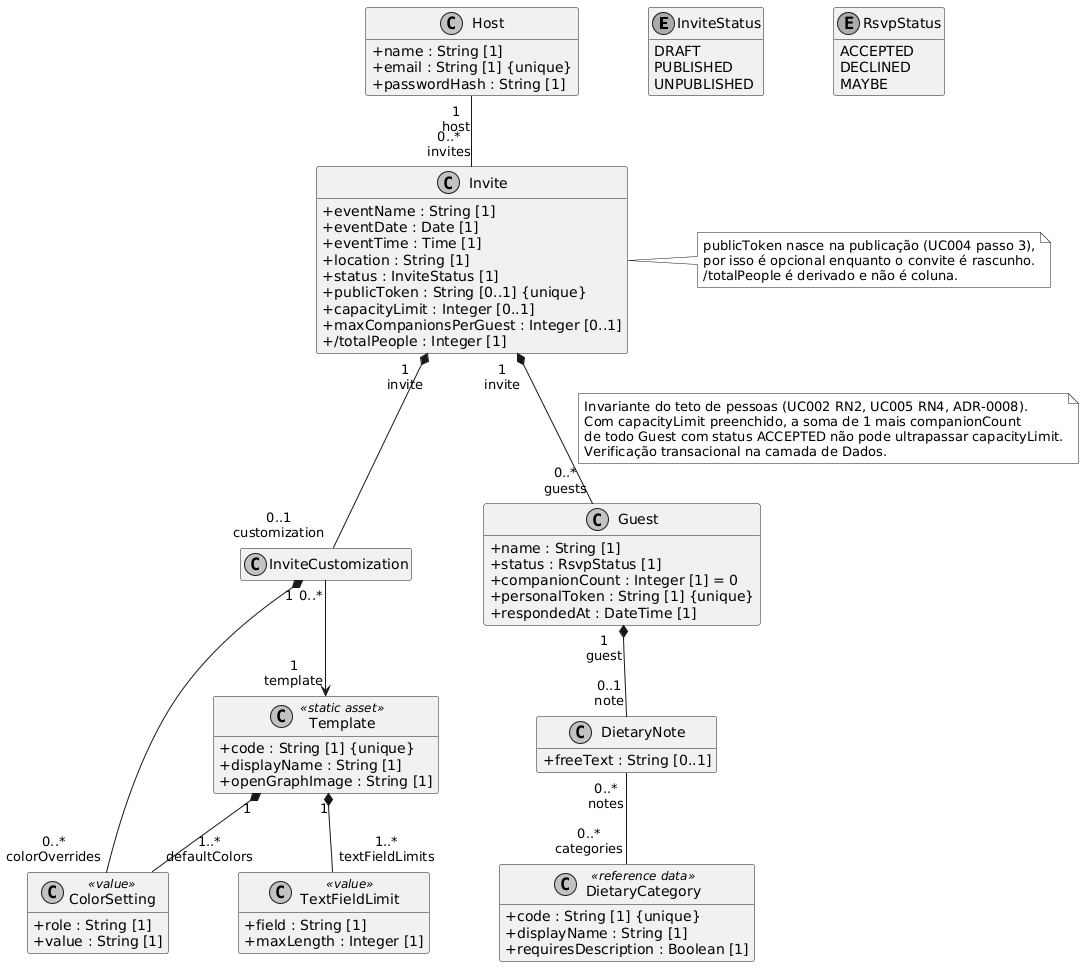
Earlier version of the PlantUML export docs/.attachments/diagrama-de-classes.png (tcpassos/invite-app).
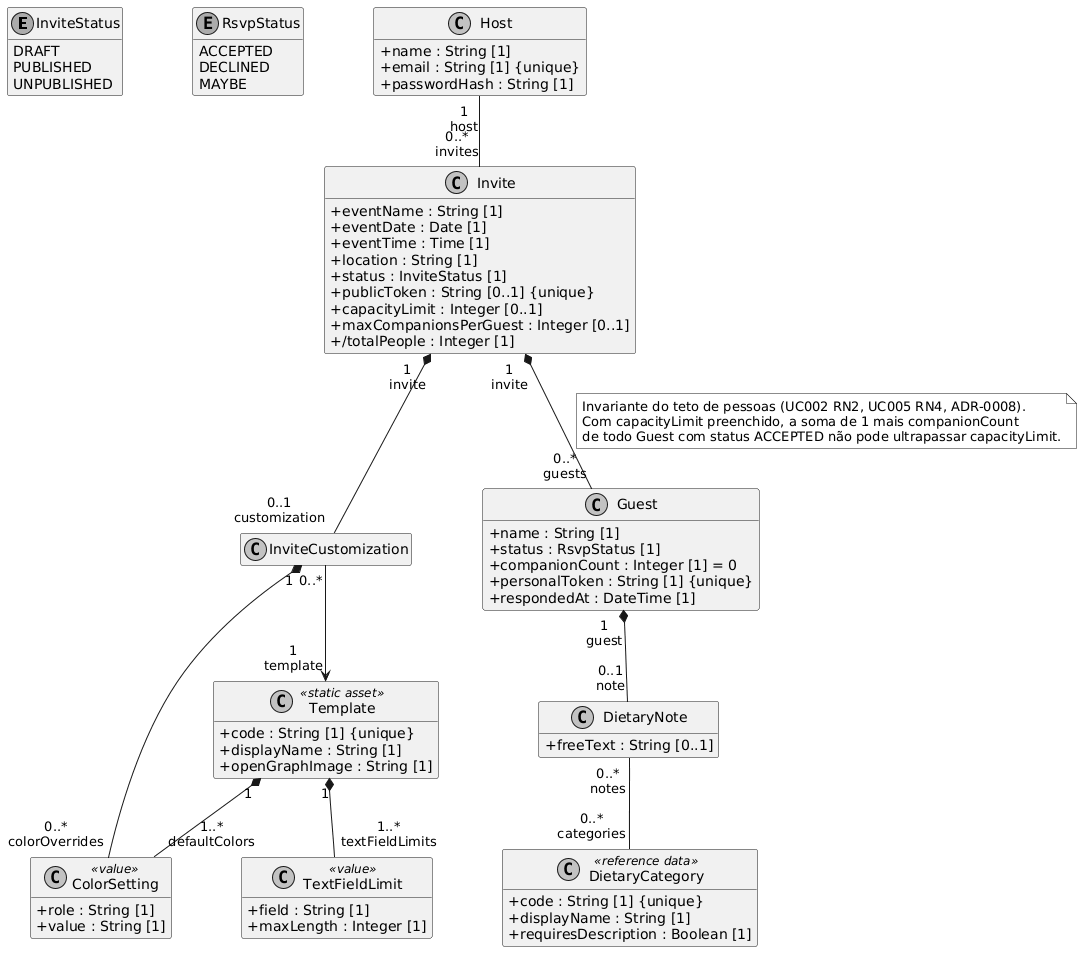
The same file after the commit.

Commit message:
docs: remove a nota redundante do diagrama de classes

The edit, as a diff of the source:
```diff
@@ -91,17 +91,10 @@
   Invariante do teto de pessoas (UC002 RN2, UC005 RN4, ADR-0008).
   Com capacityLimit preenchido, a soma de 1 mais companionCount
   de todo Guest com status ACCEPTED não pode ultrapassar capacityLimit.
-  Verificação transacional na camada de Dados.
 end note
 
 Guest "1\nguest" *-- "0..1\nnote" DietaryNote
 
 DietaryNote "0..*\nnotes" -- "0..*\ncategories" DietaryCategory
 
-note right of Invite
-  publicToken nasce na publicação (UC004 passo 3),
-  por isso é opcional enquanto o convite é rascunho.
-  /totalPeople é derivado e não é coluna.
-end note
-
 @enduml
```
